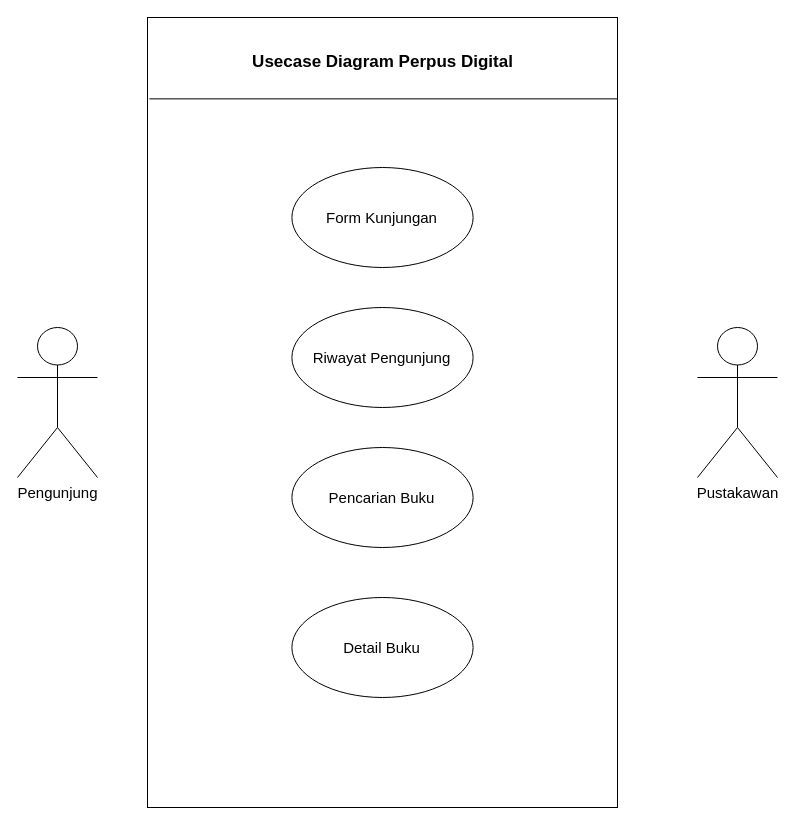
This is UsecaseDiagram.drawio from fridaasmara/Project-TEFA, a draw.io file, before an edit. Source tidied: cells renumbered, new cells numbered last; positions are measured from the earlier drawing's top-left corner, leaving out a move shared by most shapes. Both pictures are drawn from the tidied source at 100%, with x=0, y=0 at pixel (17, 17).
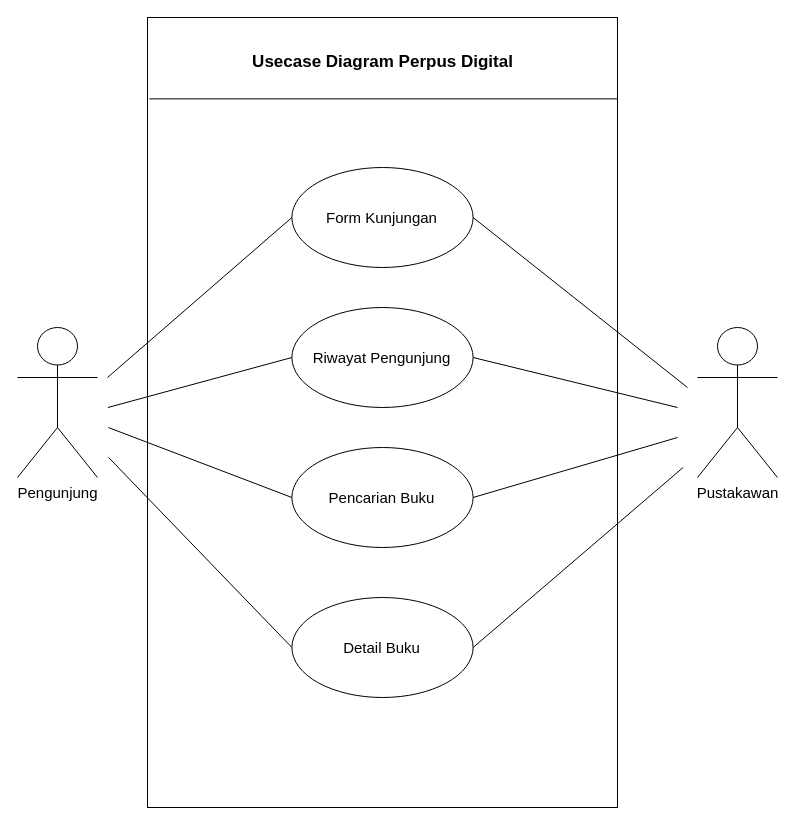
The same page after the edit.

Unchanged cells that the change refers to:
```xml
<mxCell id="5" value="&lt;font style=&quot;font-size: 15px;&quot;&gt;Form Kunjungan&lt;/font&gt;" style="ellipse;whiteSpace=wrap;html=1;" parent="1" vertex="1">
  <mxGeometry x="274.4" y="150" width="181.2" height="100" as="geometry" />
</mxCell>
<mxCell id="6" value="&lt;font style=&quot;font-size: 15px;&quot;&gt;Riwayat Pengunjung&lt;/font&gt;" style="ellipse;whiteSpace=wrap;html=1;" parent="1" vertex="1">
  <mxGeometry x="274.4" y="290" width="181.2" height="100" as="geometry" />
</mxCell>
<mxCell id="7" value="&lt;span style=&quot;font-size: 15px;&quot;&gt;Pencarian Buku&lt;/span&gt;" style="ellipse;whiteSpace=wrap;html=1;" parent="1" vertex="1">
  <mxGeometry x="274.4" y="430" width="181.2" height="100" as="geometry" />
</mxCell>
<mxCell id="8" value="&lt;span style=&quot;font-size: 15px;&quot;&gt;Detail Buku&lt;/span&gt;" style="ellipse;whiteSpace=wrap;html=1;" parent="1" vertex="1">
  <mxGeometry x="274.4" y="580" width="181.2" height="100" as="geometry" />
</mxCell>
```

Change to the diagram source:
```diff
@@
+    <mxCell id="11" style="endArrow=none;html=1;rounded=0;entryX=0;entryY=0.5;entryDx=0;entryDy=0;" parent="1" edge="1" target="5">
+      <mxGeometry relative="1" as="geometry">
+        <mxPoint x="90" y="360" as="sourcePoint" />
+      </mxGeometry>
+    </mxCell>
+    <mxCell id="12" style="endArrow=none;html=1;rounded=0;entryX=0;entryY=0.5;entryDx=0;entryDy=0;" parent="1" edge="1" target="6">
+      <mxGeometry relative="1" as="geometry">
+        <mxPoint x="90.4" y="390" as="sourcePoint" />
+      </mxGeometry>
+    </mxCell>
+    <mxCell id="13" style="endArrow=none;html=1;rounded=0;entryX=0;entryY=0.5;entryDx=0;entryDy=0;" parent="1" edge="1" target="7">
+      <mxGeometry relative="1" as="geometry">
+        <mxPoint x="90.8" y="410" as="sourcePoint" />
+      </mxGeometry>
+    </mxCell>
+    <mxCell id="14" style="endArrow=none;html=1;rounded=0;entryX=0;entryY=0.5;entryDx=0;entryDy=0;" parent="1" edge="1" target="8">
+      <mxGeometry relative="1" as="geometry">
+        <mxPoint x="91.1" y="440" as="sourcePoint" />
+      </mxGeometry>
+    </mxCell>
+    <mxCell id="15" style="endArrow=none;html=1;rounded=0;entryX=1;entryY=0.5;entryDx=0;entryDy=0;" parent="1" edge="1" target="5">
+      <mxGeometry relative="1" as="geometry">
+        <mxPoint x="670" y="370" as="sourcePoint" />
+      </mxGeometry>
+    </mxCell>
+    <mxCell id="16" style="endArrow=none;html=1;rounded=0;entryX=1;entryY=0.5;entryDx=0;entryDy=0;" parent="1" edge="1" target="6">
+      <mxGeometry relative="1" as="geometry">
+        <mxPoint x="660" y="390" as="sourcePoint" />
+      </mxGeometry>
+    </mxCell>
+    <mxCell id="17" style="endArrow=none;html=1;rounded=0;entryX=1;entryY=0.5;entryDx=0;entryDy=0;" parent="1" edge="1" target="7">
+      <mxGeometry relative="1" as="geometry">
+        <mxPoint x="660" y="420" as="sourcePoint" />
+      </mxGeometry>
+    </mxCell>
+    <mxCell id="18" style="endArrow=none;html=1;rounded=0;entryX=0.969;entryY=0.5;entryDx=0;entryDy=0;entryPerimeter=0;" parent="1" edge="1">
+      <mxGeometry relative="1" as="geometry">
+        <mxPoint x="665.6" y="450" as="sourcePoint" />
+        <mxPoint x="455.6" y="630" as="targetPoint" />
+      </mxGeometry>
+    </mxCell>
```
